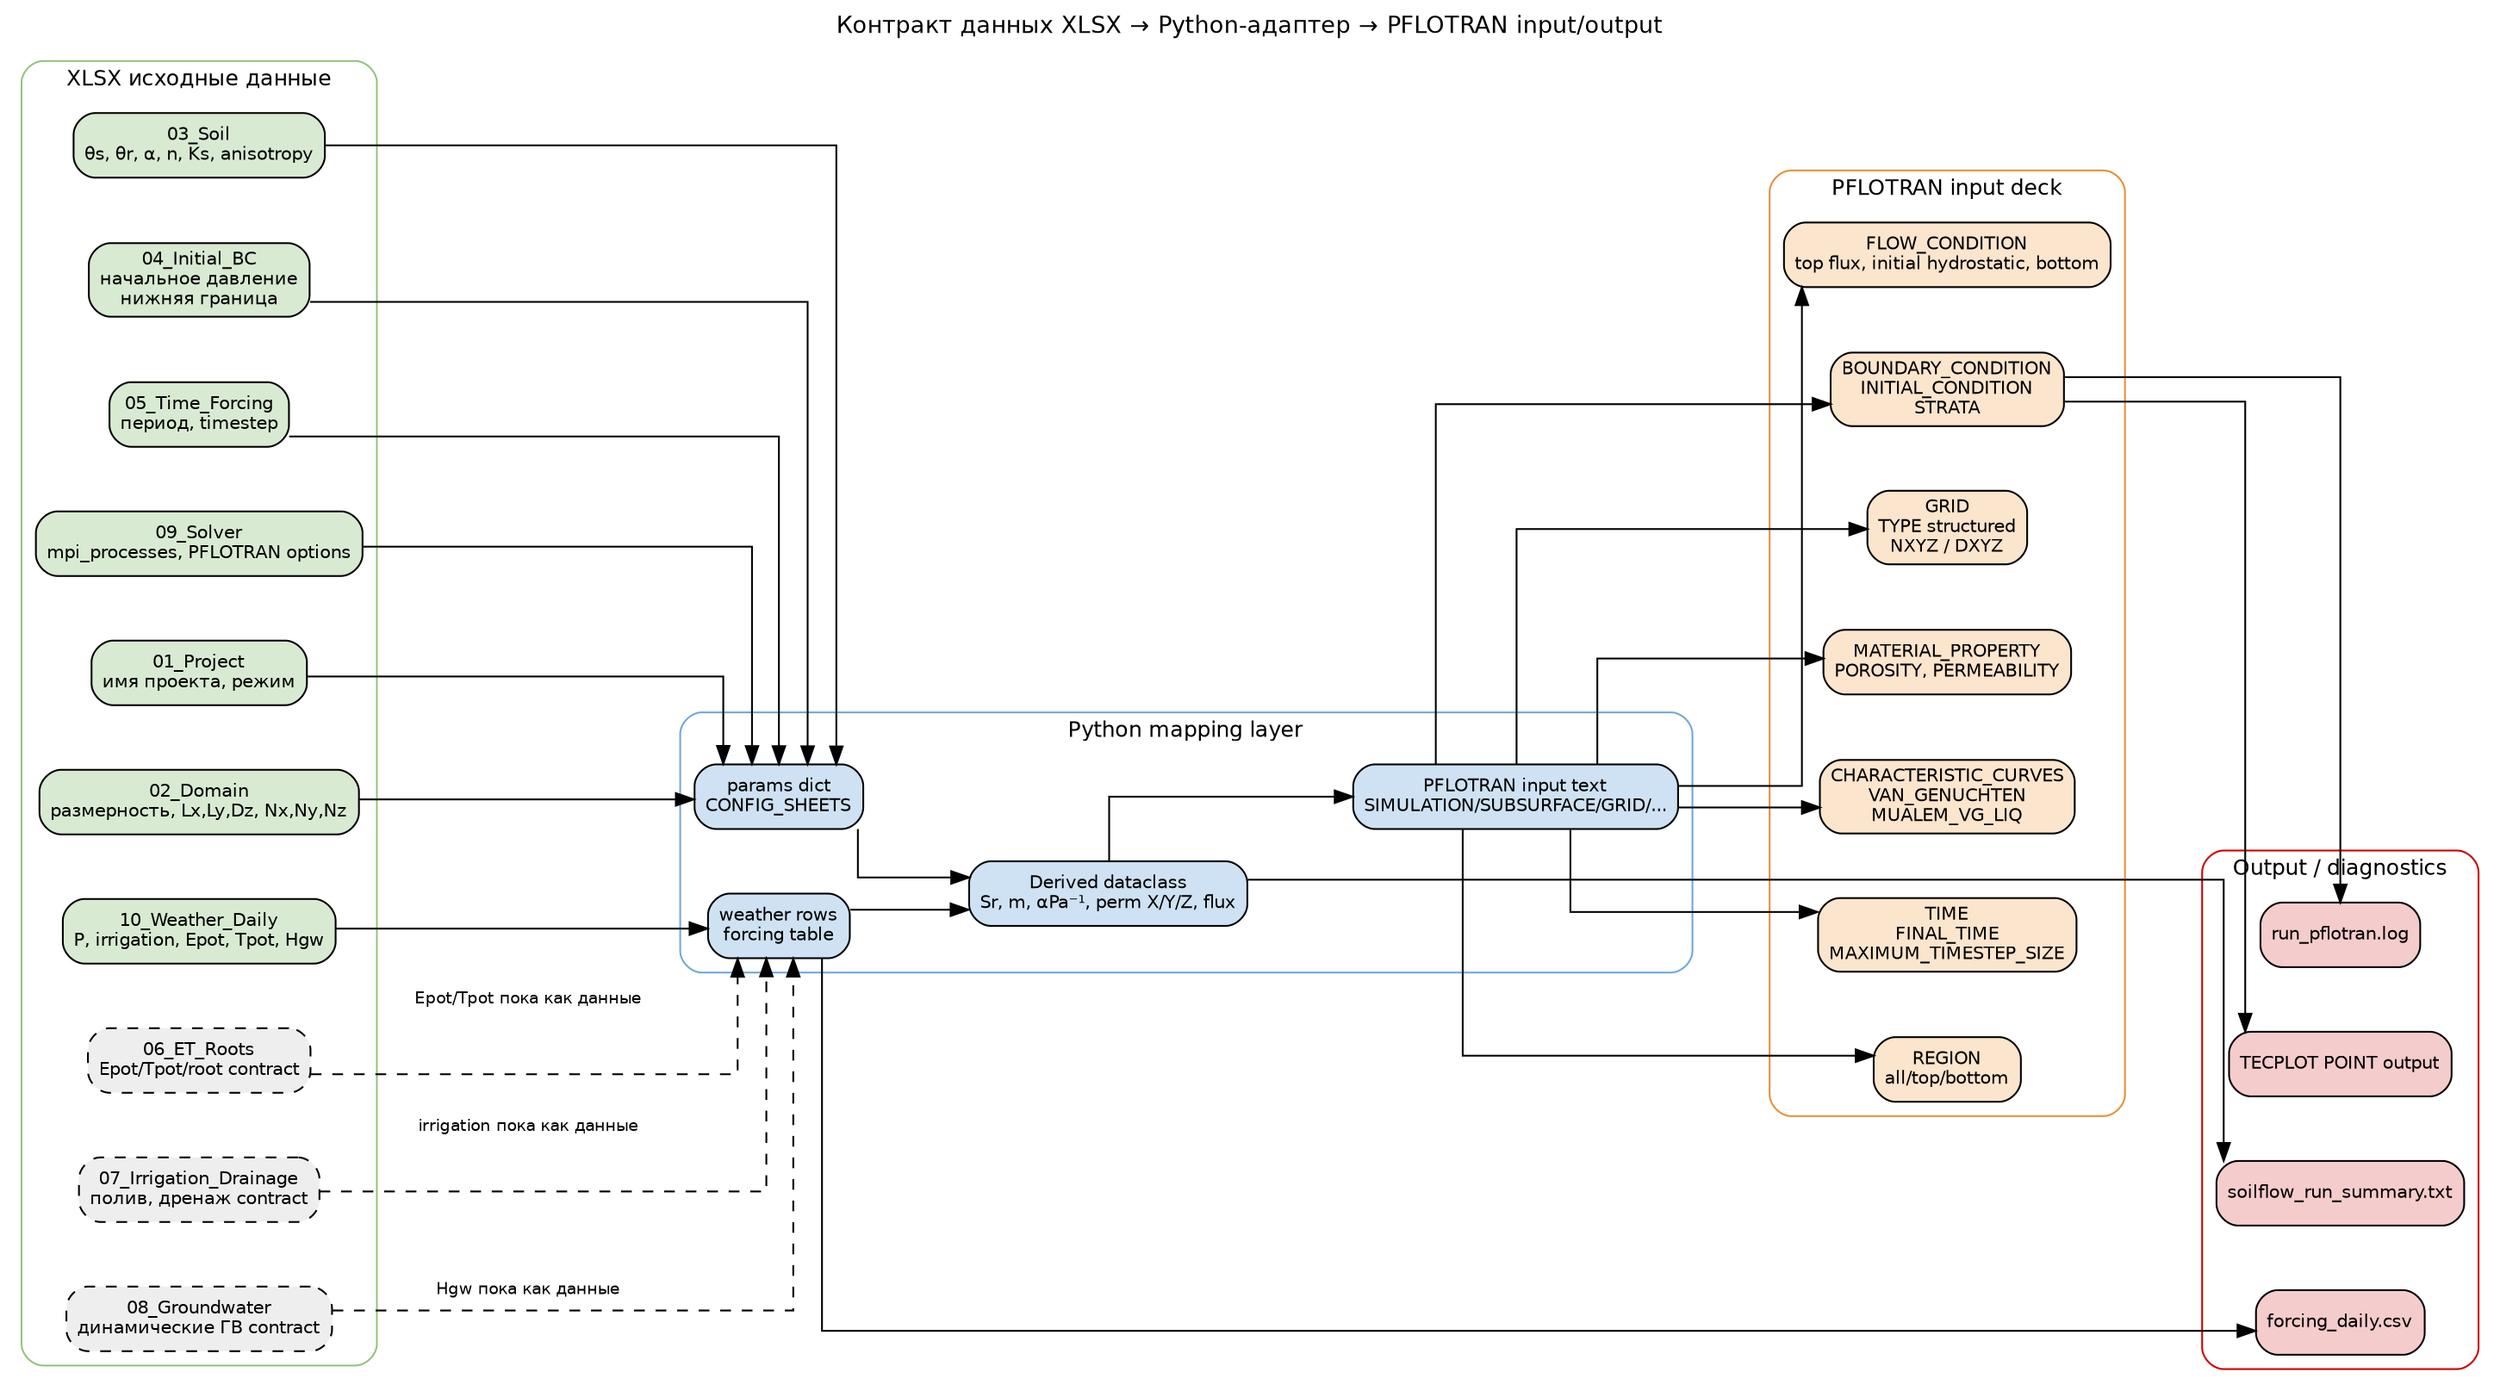
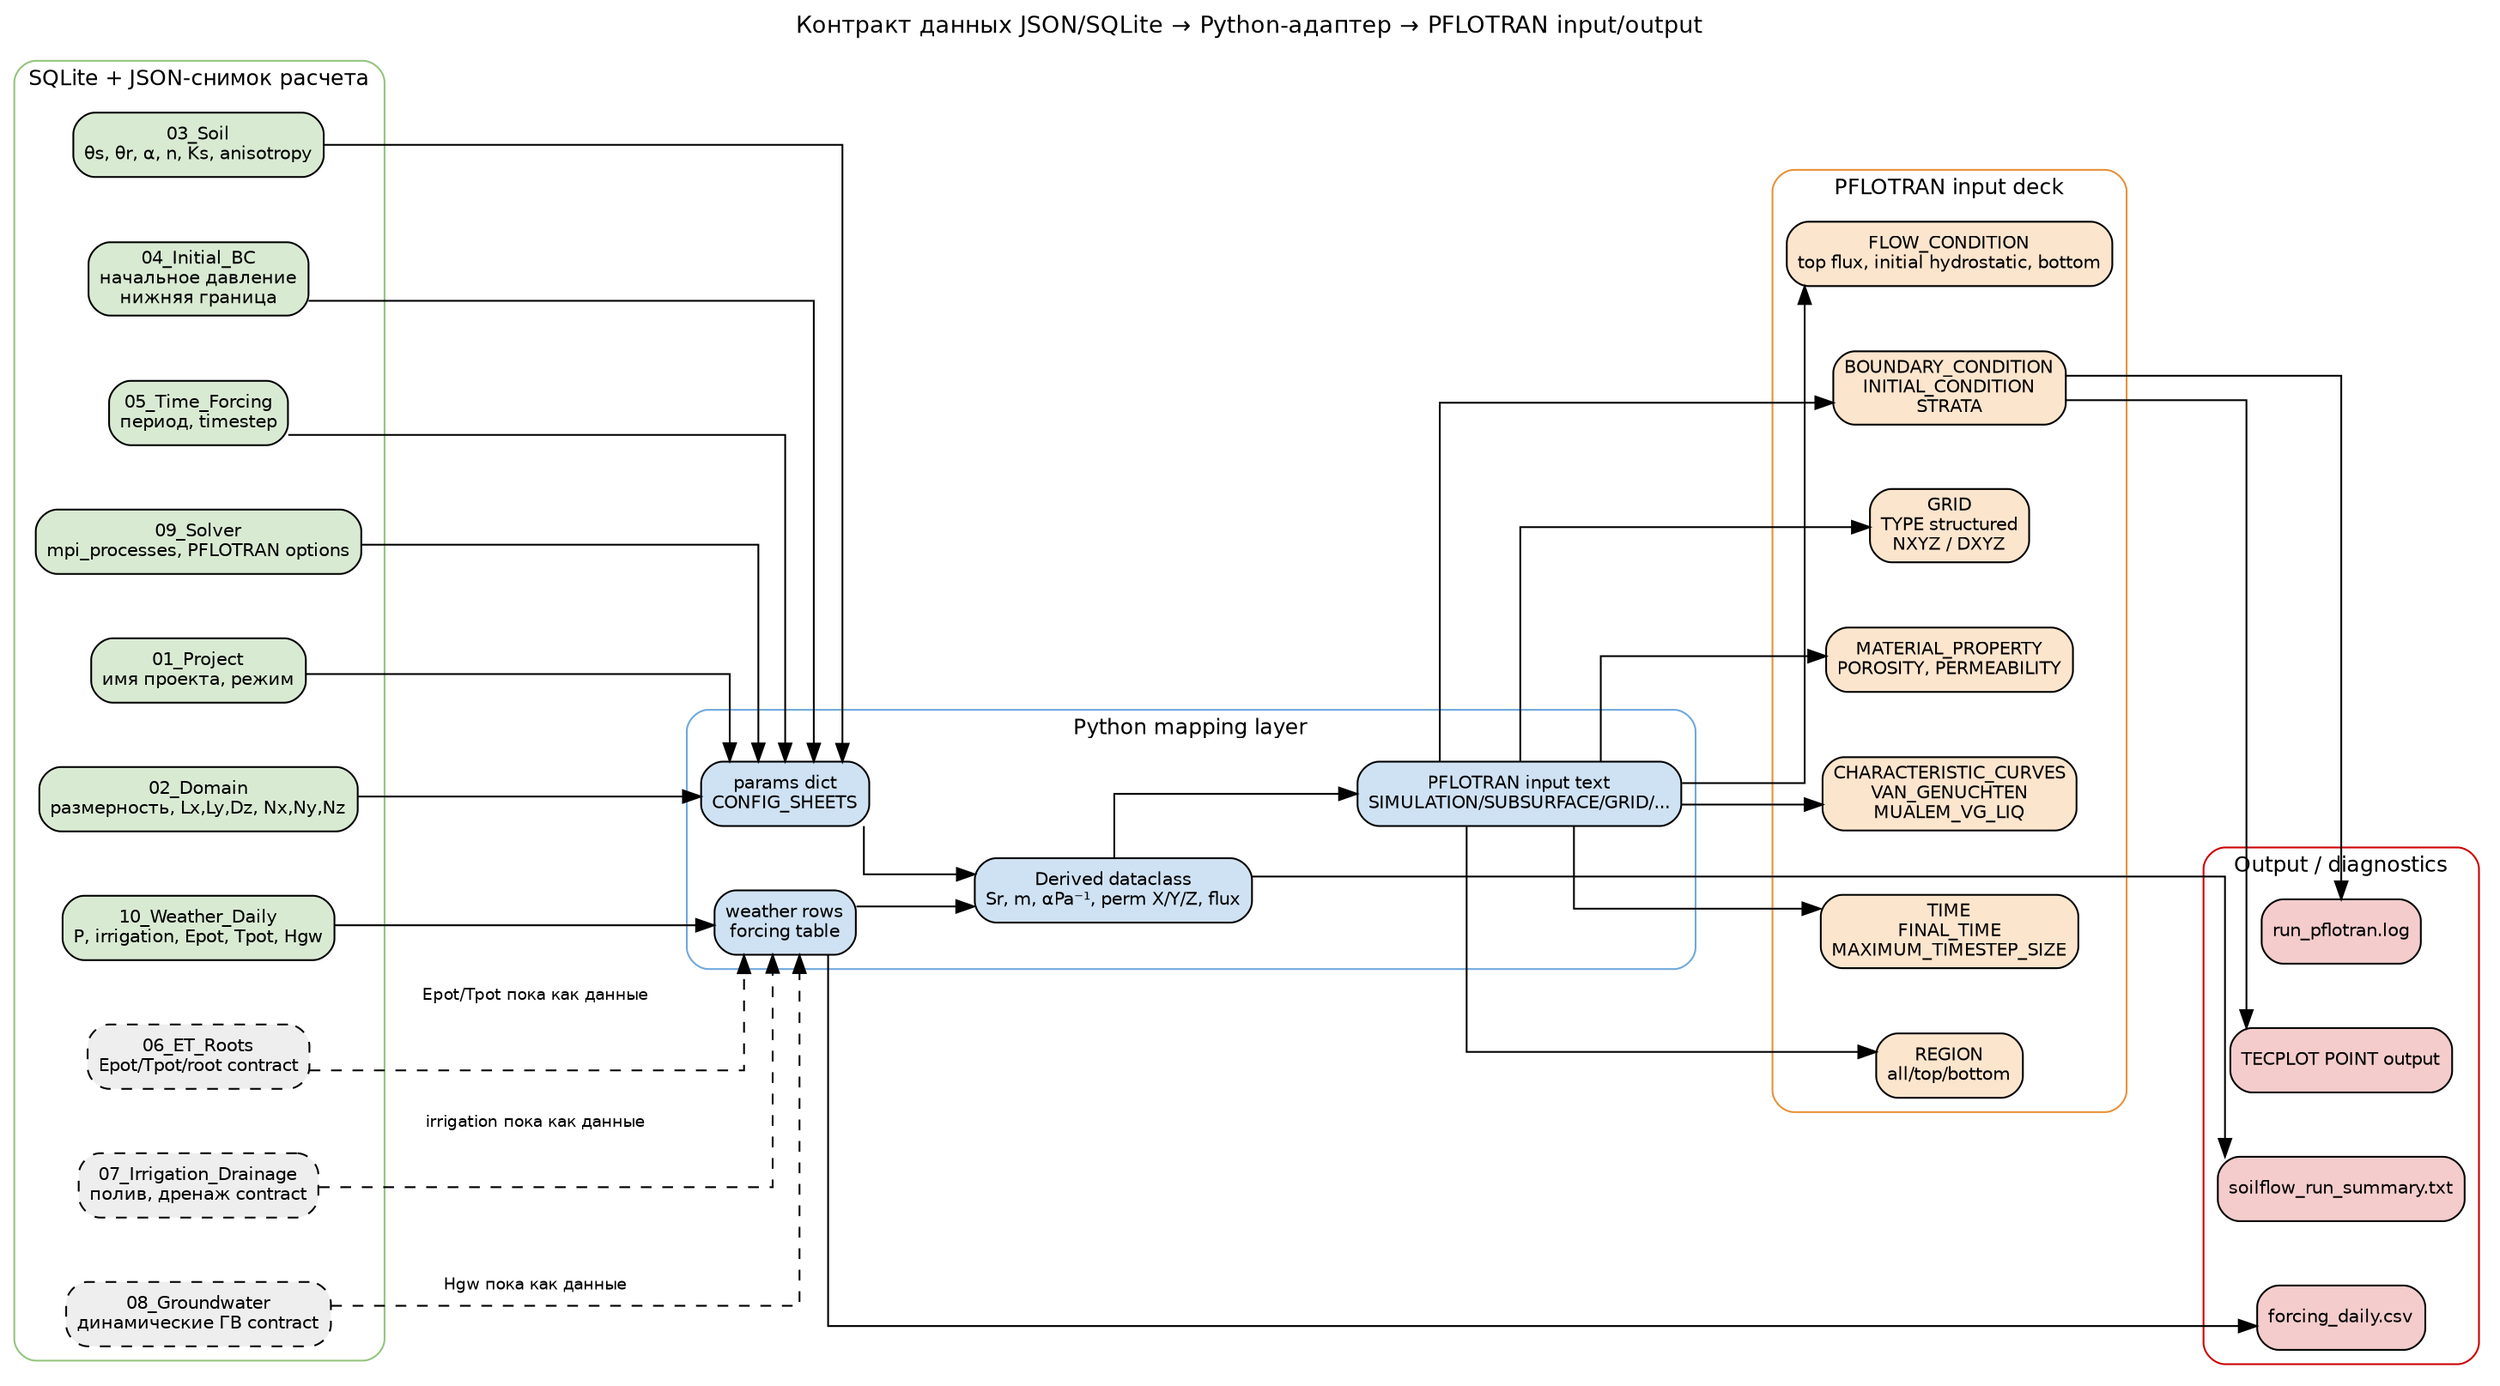
digraph soilflow_data_contract {
- 	graph [fontname="DejaVu Sans" fontsize=13 label="Контракт данных XLSX → Python-адаптер → PFLOTRAN input/output" labelloc=t nodesep=0.5 rankdir=LR ranksep=0.8 splines=ortho]
+ 	graph [fontname="DejaVu Sans" fontsize=13 label="Контракт данных JSON/SQLite → Python-адаптер → PFLOTRAN input/output" labelloc=t nodesep=0.5 rankdir=LR ranksep=0.8 splines=ortho]
	node [fontname="DejaVu Sans" fontsize=10 margin="0.08,0.05" shape=box style="rounded,filled"]
	edge [fontname="DejaVu Sans" fontsize=9]
- 	subgraph cluster_xlsx {
- 		color="#93c47d" fontname="DejaVu Sans" fontsize=12 label="XLSX исходные данные" style=rounded
+ 	subgraph cluster_project_database {
+ 		color="#93c47d" fontname="DejaVu Sans" fontsize=12 label="SQLite + JSON-снимок расчета" style=rounded
		s01 [label="01_Project
имя проекта, режим" fillcolor="#d9ead3"]
		s02 [label="02_Domain
размерность, Lx,Ly,Dz, Nx,Ny,Nz" fillcolor="#d9ead3"]
		s03 [label="03_Soil
θs, θr, α, n, Ks, anisotropy" fillcolor="#d9ead3"]
		s04 [label="04_Initial_BC
начальное давление
нижняя граница" fillcolor="#d9ead3"]
		s05 [label="05_Time_Forcing
период, timestep" fillcolor="#d9ead3"]
		s06 [label="06_ET_Roots
Epot/Tpot/root contract" fillcolor="#eeeeee" style="rounded,filled,dashed"]
		s07 [label="07_Irrigation_Drainage
полив, дренаж contract" fillcolor="#eeeeee" style="rounded,filled,dashed"]
		s08 [label="08_Groundwater
динамические ГВ contract" fillcolor="#eeeeee" style="rounded,filled,dashed"]
		s09 [label="09_Solver
mpi_processes, PFLOTRAN options" fillcolor="#d9ead3"]
		s10 [label="10_Weather_Daily
P, irrigation, Epot, Tpot, Hgw" fillcolor="#d9ead3"]
	}
	subgraph cluster_py {
		color="#6fa8dc" fontname="DejaVu Sans" fontsize=12 label="Python mapping layer" style=rounded
		params [label="params dict
CONFIG_SHEETS" fillcolor="#cfe2f3"]
		weather [label="weather rows
forcing table" fillcolor="#cfe2f3"]
		derived2 [label="Derived dataclass
Sr, m, αPa⁻¹, perm X/Y/Z, flux" fillcolor="#cfe2f3"]
		inputdeck [label="PFLOTRAN input text
SIMULATION/SUBSURFACE/GRID/..." fillcolor="#cfe2f3"]
	}
	subgraph cluster_pf {
		color="#e69138" fontname="DejaVu Sans" fontsize=12 label="PFLOTRAN input deck" style=rounded
		grid [label="GRID
TYPE structured
NXYZ / DXYZ" fillcolor="#fce5cd"]
		mat [label="MATERIAL_PROPERTY
POROSITY, PERMEABILITY" fillcolor="#fce5cd"]
		cc [label="CHARACTERISTIC_CURVES
VAN_GENUCHTEN
MUALEM_VG_LIQ" fillcolor="#fce5cd"]
		time [label="TIME
FINAL_TIME
MAXIMUM_TIMESTEP_SIZE" fillcolor="#fce5cd"]
		regions [label="REGION
all/top/bottom" fillcolor="#fce5cd"]
		flow [label="FLOW_CONDITION
top flux, initial hydrostatic, bottom" fillcolor="#fce5cd"]
		bc2 [label="BOUNDARY_CONDITION
INITIAL_CONDITION
STRATA" fillcolor="#fce5cd"]
	}
	subgraph cluster_out {
		color="#cc0000" fontname="DejaVu Sans" fontsize=12 label="Output / diagnostics" style=rounded
		csv [label="forcing_daily.csv" fillcolor="#f4cccc"]
		sum2 [label="soilflow_run_summary.txt" fillcolor="#f4cccc"]
		runlog [label="run_pflotran.log" fillcolor="#f4cccc"]
		pfout [label="TECPLOT POINT output" fillcolor="#f4cccc"]
	}
	s01 -> params
	s02 -> params
	s03 -> params
	s04 -> params
	s05 -> params
	s09 -> params
	s10 -> weather
	s06 -> weather [label="Epot/Tpot пока как данные" style=dashed]
	s07 -> weather [label="irrigation пока как данные" style=dashed]
	s08 -> weather [label="Hgw пока как данные" style=dashed]
	params -> derived2
	weather -> derived2
	derived2 -> inputdeck
	inputdeck -> grid
	inputdeck -> mat
	inputdeck -> cc
	inputdeck -> time
	inputdeck -> regions
	inputdeck -> flow
	inputdeck -> bc2
	weather -> csv
	derived2 -> sum2
	bc2 -> runlog
	bc2 -> pfout
}
